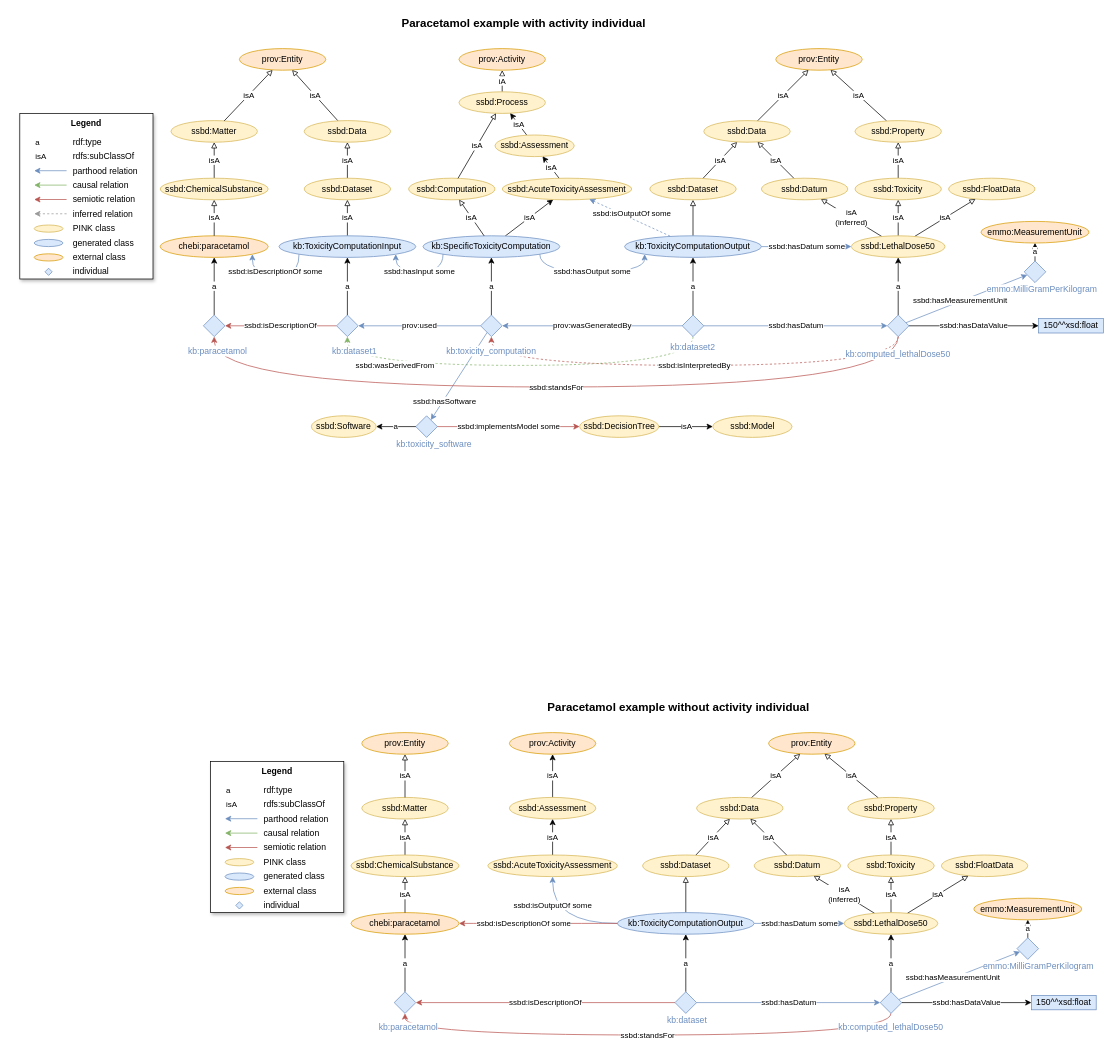
ssbd-ontology/core keeps this draw.io diagram as page "example" (6 of 8) of docs/figs/figures.drawio. Above is the earlier version. Source tidied: cells renumbered, new cells numbered last; positions are measured from the earlier drawing's top-left corner, leaving out a move shared by most shapes. Both pictures are drawn from the tidied source at 72%, with x=0, y=0 at pixel (12, 12).
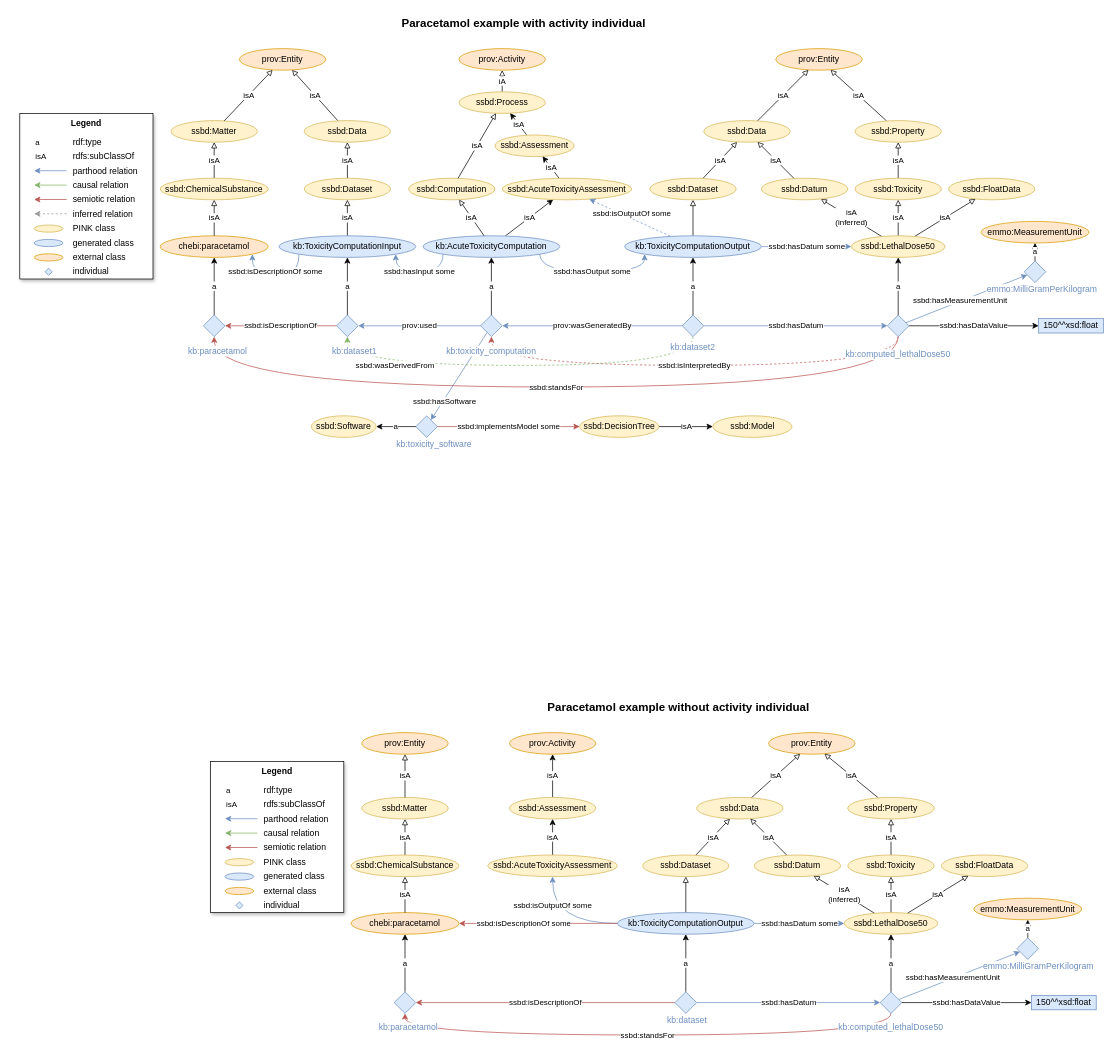
The same diagram, later.

Commit message (it also covers changes not shown here):
Updated paracetamol figure

The edit, as a diff of the source:
```diff
@@
-    <mxCell id="23" value="kb:SpecificToxicityComputation" style="ellipse;whiteSpace=wrap;html=1;fillColor=#dae8fc;strokeColor=#6c8ebf;" parent="1" vertex="1">
+    <mxCell id="23" value="kb:AcuteToxicityComputation" style="ellipse;whiteSpace=wrap;html=1;fillColor=#dae8fc;strokeColor=#6c8ebf;" parent="1" vertex="1">
       <mxGeometry x="570" y="310" width="190" height="30" as="geometry" />
     </mxCell>
```
